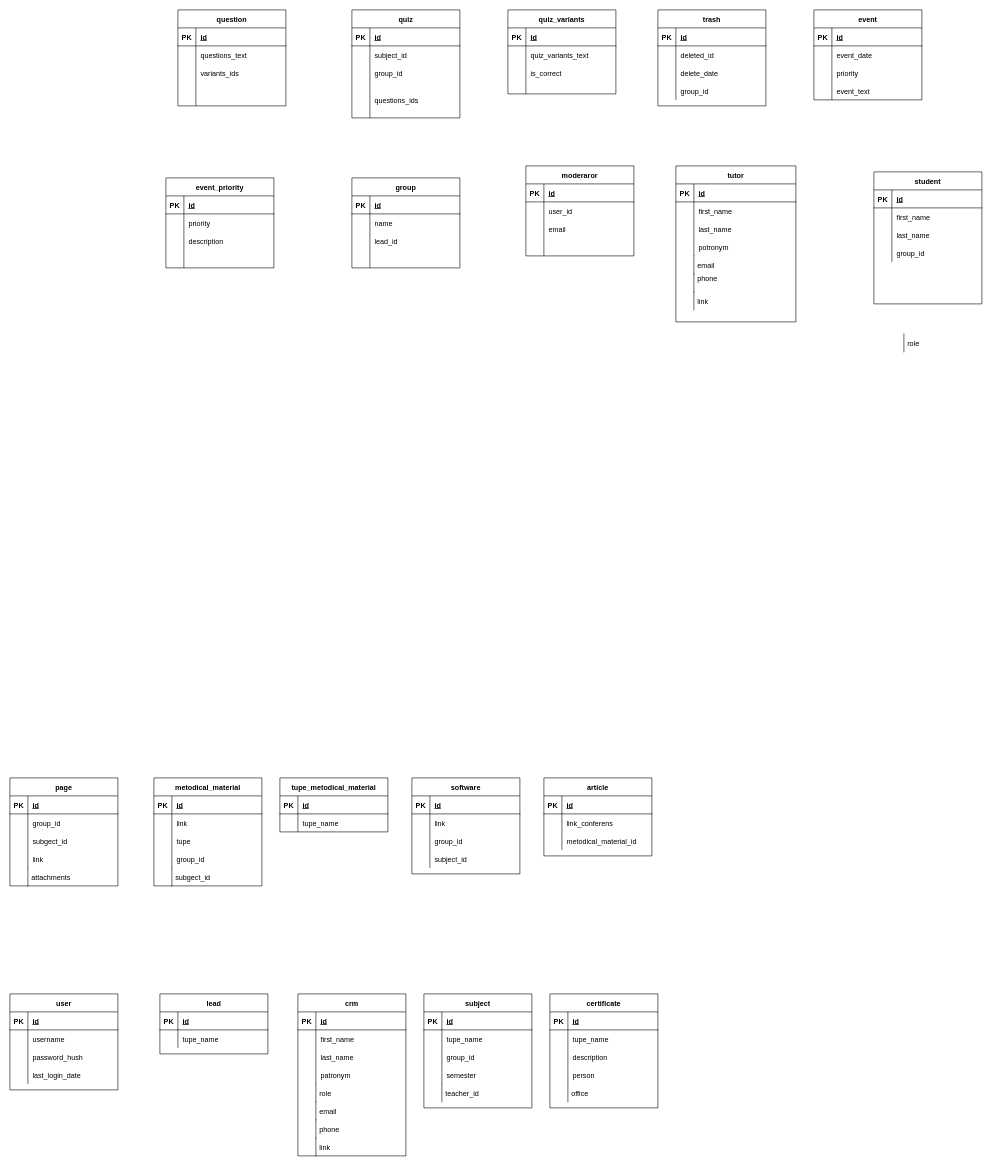
student-archive/backend keeps this draw.io diagram as Untitled Diagram.drawio. Above is the earlier version. Source tidied: cells renumbered, new cells numbered last; positions are measured from the earlier drawing's top-left corner, leaving out a move shared by most shapes. Both pictures are drawn from the tidied source at 60%, with x=0, y=0 at pixel (10, 10).
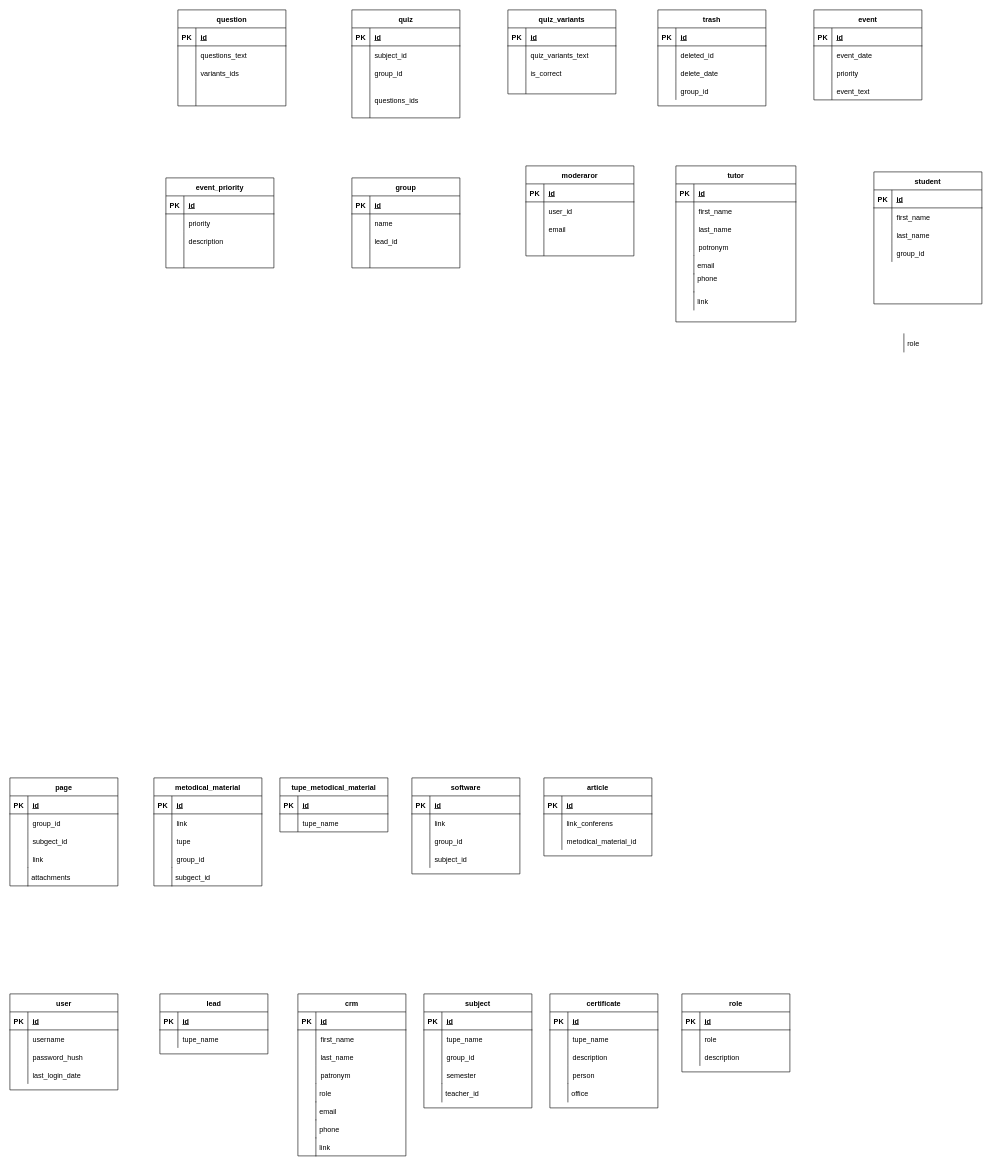
The same diagram, later.

Commit message:
feat(databases): add role tables

The edit, as a diff of the source:
```diff
@@
+    <mxCell id="271" value="role" style="shape=table;startSize=30;childLayout=tableLayout;rowLines=0;fontStyle=1;align=center;" parent="1" vertex="1">
+      <mxGeometry x="1120" y="1640" width="180" height="130" as="geometry" />
+    </mxCell>
+    <mxCell id="272" style="shape=tableRow;horizontal=0;startSize=0;swimlaneHead=0;swimlaneBody=0;fillColor=none;top=0;left=0;right=0;bottom=1;" parent="271" vertex="1">
+      <mxGeometry y="30" width="180" height="30" as="geometry" />
+    </mxCell>
+    <mxCell id="273" value="PK" style="shape=partialRectangle;fillColor=none;top=0;left=0;bottom=0;right=0;fontStyle=1;overflow=hidden;" parent="272" vertex="1">
+      <mxGeometry width="30" height="30" as="geometry" />
+    </mxCell>
+    <mxCell id="274" value="id" style="shape=partialRectangle;fillColor=none;top=0;left=0;bottom=0;right=0;align=left;spacingLeft=6;fontStyle=5;overflow=hidden;" parent="272" vertex="1">
+      <mxGeometry x="30" width="150" height="30" as="geometry" />
+    </mxCell>
+    <mxCell id="275" style="shape=tableRow;horizontal=0;startSize=0;swimlaneHead=0;swimlaneBody=0;fillColor=none;top=0;left=0;right=0;bottom=0;" parent="271" vertex="1">
+      <mxGeometry y="60" width="180" height="30" as="geometry" />
+    </mxCell>
+    <mxCell id="276" style="shape=partialRectangle;fillColor=none;top=0;left=0;bottom=0;right=0;overflow=hidden;" parent="275" vertex="1">
+      <mxGeometry width="30" height="30" as="geometry" />
+    </mxCell>
+    <mxCell id="277" value="role" style="shape=partialRectangle;fillColor=none;top=0;left=0;bottom=0;right=0;align=left;spacingLeft=6;overflow=hidden;" parent="275" vertex="1">
+      <mxGeometry x="30" width="150" height="30" as="geometry" />
+    </mxCell>
+    <mxCell id="278" style="shape=tableRow;horizontal=0;startSize=0;swimlaneHead=0;swimlaneBody=0;fillColor=none;top=0;left=0;right=0;bottom=0;" parent="271" vertex="1">
+      <mxGeometry y="90" width="180" height="30" as="geometry" />
+    </mxCell>
+    <mxCell id="279" style="shape=partialRectangle;fillColor=none;top=0;left=0;bottom=0;right=0;overflow=hidden;" parent="278" vertex="1">
+      <mxGeometry width="30" height="30" as="geometry" />
+    </mxCell>
+    <mxCell id="280" value="description" style="shape=partialRectangle;fillColor=none;top=0;left=0;bottom=0;right=0;align=left;spacingLeft=6;overflow=hidden;" parent="278" vertex="1">
+      <mxGeometry x="30" width="150" height="30" as="geometry" />
+    </mxCell>
```
